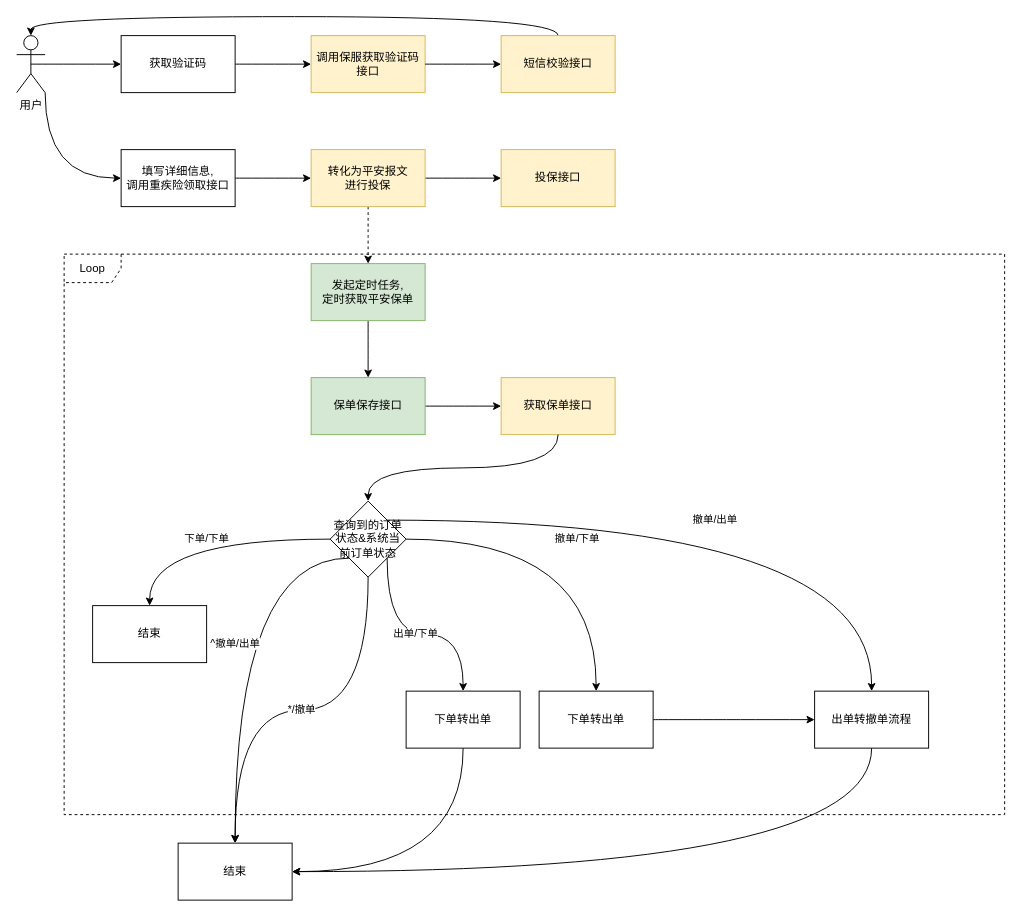
keyeze/StudyPlace keeps this draw.io diagram as StudyDemo/src/平安健康重疾险赠险接入.drawio. Above is the earlier version. Source tidied: cells renumbered, new cells numbered last; positions are measured from the earlier drawing's top-left corner, leaving out a move shared by most shapes. Both pictures are drawn from the tidied source at 95%, with x=0, y=0 at pixel (16, 35).
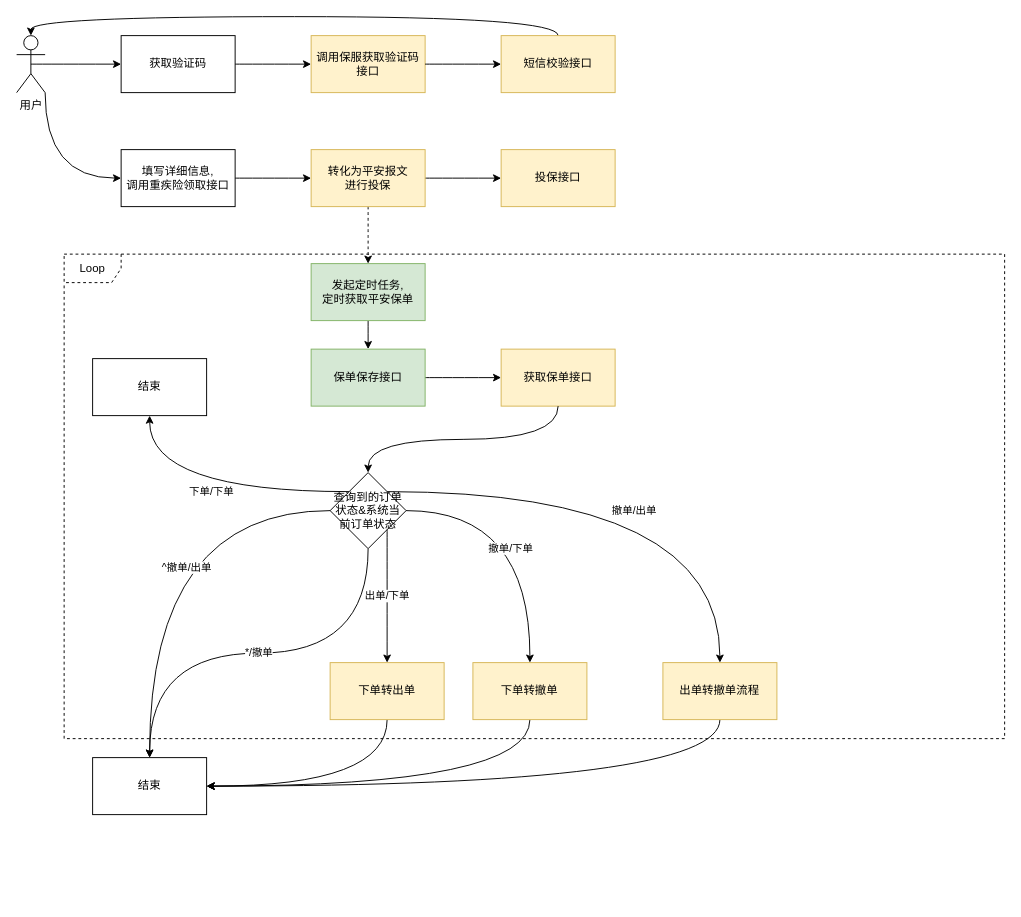
The same diagram, later.

Commit message (it also covers changes not shown here):
更新平安健康重疾险赠险接入.drawio

The edit, as a diff of the source:
```diff
@@
     <mxCell id="2" value="Loop" style="shape=umlFrame;whiteSpace=wrap;html=1;dashed=1;" parent="1" vertex="1">
-      <mxGeometry x="50" y="230" width="990" height="590" as="geometry" />
+      <mxGeometry x="50" y="230" width="990" height="510" as="geometry" />
     </mxCell>
@@
     <mxCell id="20" value="获取保单接口" style="rounded=0;whiteSpace=wrap;html=1;fillColor=#fff2cc;strokeColor=#d6b656;" parent="1" vertex="1">
-      <mxGeometry x="510" y="360" width="120" height="60" as="geometry" />
+      <mxGeometry x="510" y="330" width="120" height="60" as="geometry" />
     </mxCell>
@@
     <mxCell id="23" value="保单保存接口" style="rounded=0;whiteSpace=wrap;html=1;fillColor=#d5e8d4;strokeColor=#82b366;" parent="1" vertex="1">
-      <mxGeometry x="310" y="360" width="120" height="60" as="geometry" />
+      <mxGeometry x="310" y="330" width="120" height="60" as="geometry" />
     </mxCell>
-    <mxCell id="24" value="下单/下单" style="edgeStyle=orthogonalEdgeStyle;curved=1;jettySize=auto;html=1;exitX=0;exitY=0.5;exitDx=0;exitDy=0;" parent="1" edge="1" source="28" target="29">
+    <mxCell id="24" value="下单/下单" style="edgeStyle=orthogonalEdgeStyle;curved=1;jettySize=auto;html=1;exitX=0;exitY=0;exitDx=0;exitDy=0;" parent="1" edge="1" source="28" target="29">
       <mxGeometry relative="1" as="geometry" />
     </mxCell>
@@
     <mxCell id="26" value="撤单/下单" style="edgeStyle=orthogonalEdgeStyle;curved=1;jettySize=auto;html=1;exitX=1;exitY=0.5;exitDx=0;exitDy=0;" parent="1" edge="1" source="28" target="38">
-      <mxGeometry relative="1" as="geometry" />
+      <mxGeometry x="-0.24" y="-40" relative="1" as="geometry" />
     </mxCell>
     <mxCell id="27" value="撤单/出单" style="edgeStyle=orthogonalEdgeStyle;curved=1;jettySize=auto;html=1;exitX=1;exitY=0;exitDx=0;exitDy=0;entryX=0.5;entryY=0;entryDx=0;entryDy=0;" parent="1" edge="1" source="28" target="34">
-      <mxGeometry relative="1" as="geometry" />
+      <mxGeometry x="-0.02" y="-20" relative="1" as="geometry" />
     </mxCell>
     <mxCell id="28" value="查询到的订单状态&amp;amp;系统当前订单状态" style="rhombus;whiteSpace=wrap;html=1;" parent="1" vertex="1">
-      <mxGeometry x="330" y="490" width="80" height="80" as="geometry" />
+      <mxGeometry x="330" y="460" width="80" height="80" as="geometry" />
     </mxCell>
     <mxCell id="29" value="结束" style="rounded=0;whiteSpace=wrap;html=1;" parent="1" vertex="1">
-      <mxGeometry x="80" y="600" width="120" height="60" as="geometry" />
+      <mxGeometry x="80" y="340" width="120" height="60" as="geometry" />
     </mxCell>
-    <mxCell id="30" value="^撤单/出单" style="edgeStyle=orthogonalEdgeStyle;curved=1;jettySize=auto;html=1;exitX=0;exitY=1;exitDx=0;exitDy=0;entryX=0.5;entryY=0;entryDx=0;entryDy=0;" parent="1" edge="1" source="28" target="31">
-      <mxGeometry relative="1" as="geometry" />
+    <mxCell id="30" value="^撤单/出单" style="edgeStyle=orthogonalEdgeStyle;curved=1;jettySize=auto;html=1;exitX=0;exitY=0.5;exitDx=0;exitDy=0;entryX=0.5;entryY=0;entryDx=0;entryDy=0;" parent="1" edge="1" source="28" target="31">
+      <mxGeometry x="-0.33" y="60" relative="1" as="geometry" />
     </mxCell>
     <mxCell id="31" value="结束" style="rounded=0;whiteSpace=wrap;html=1;" parent="1" vertex="1">
-      <mxGeometry x="170" y="850" width="120" height="60" as="geometry" />
+      <mxGeometry x="80" y="760" width="120" height="60" as="geometry" />
     </mxCell>
@@
-    <mxCell id="34" value="出单转撤单流程" style="rounded=0;whiteSpace=wrap;html=1;" parent="1" vertex="1">
-      <mxGeometry x="840" y="690" width="120" height="60" as="geometry" />
+    <mxCell id="34" value="出单转撤单流程" style="rounded=0;whiteSpace=wrap;html=1;fillColor=#fff2cc;strokeColor=#d6b656;" parent="1" vertex="1">
+      <mxGeometry x="680.3" y="660" width="120" height="60" as="geometry" />
     </mxCell>
@@
-    <mxCell id="36" value="下单转出单" style="rounded=0;whiteSpace=wrap;html=1;" parent="1" vertex="1">
-      <mxGeometry x="410" y="690" width="120" height="60" as="geometry" />
+    <mxCell id="36" value="下单转出单" style="rounded=0;whiteSpace=wrap;html=1;fillColor=#fff2cc;strokeColor=#d6b656;" parent="1" vertex="1">
+      <mxGeometry x="330" y="660" width="120" height="60" as="geometry" />
     </mxCell>
-    <mxCell id="37" style="edgeStyle=orthogonalEdgeStyle;curved=1;jettySize=auto;html=1;exitX=1;exitY=0.5;exitDx=0;exitDy=0;entryX=0;entryY=0.5;entryDx=0;entryDy=0;" parent="1" edge="1" source="38" target="34">
-      <mxGeometry relative="1" as="geometry" />
-    </mxCell>
+    <mxCell id="39" style="edgeStyle=orthogonalEdgeStyle;curved=1;jettySize=auto;html=1;exitX=0.5;exitY=1;exitDx=0;exitDy=0;entryX=1;entryY=0.5;entryDx=0;entryDy=0;" parent="1" edge="1" source="38" target="31">
+      <mxGeometry relative="1" as="geometry" />
+    </mxCell>
-    <mxCell id="38" value="下单转出单" style="rounded=0;whiteSpace=wrap;html=1;" parent="1" vertex="1">
-      <mxGeometry x="550" y="690" width="120" height="60" as="geometry" />
+    <mxCell id="38" value="下单转撤单" style="rounded=0;whiteSpace=wrap;html=1;fillColor=#fff2cc;strokeColor=#d6b656;" parent="1" vertex="1">
+      <mxGeometry x="480.3" y="660" width="120" height="60" as="geometry" />
     </mxCell>
```
